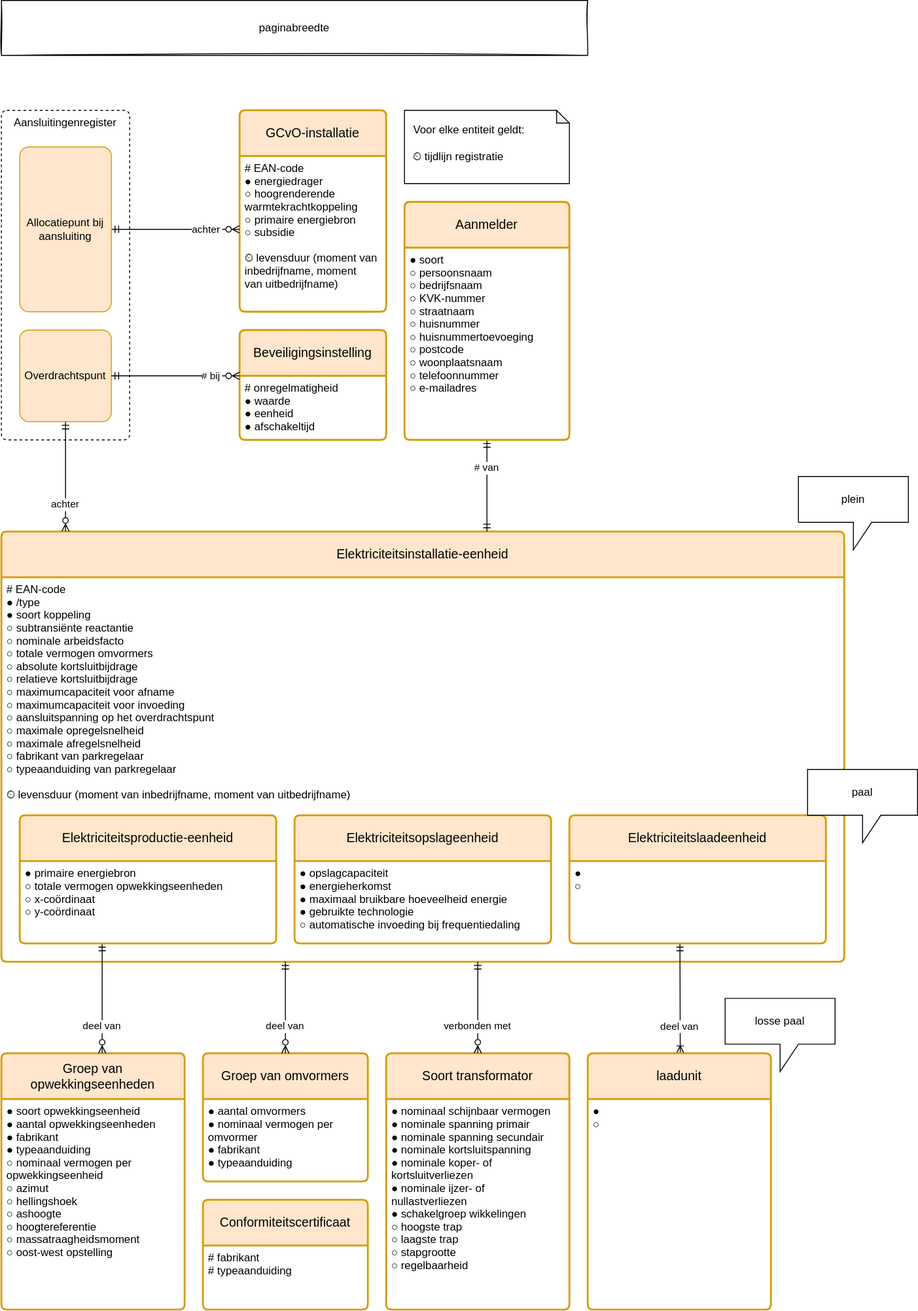
Above: registers/installatieregister/1.1/installatieregister.drawio.svg in Netbeheer-Nederland/stelsel (draw.io), before the change. Source tidied: cells renumbered, new cells last; positions are measured from the earlier drawing's top-left corner, leaving out a move shared by most shapes.
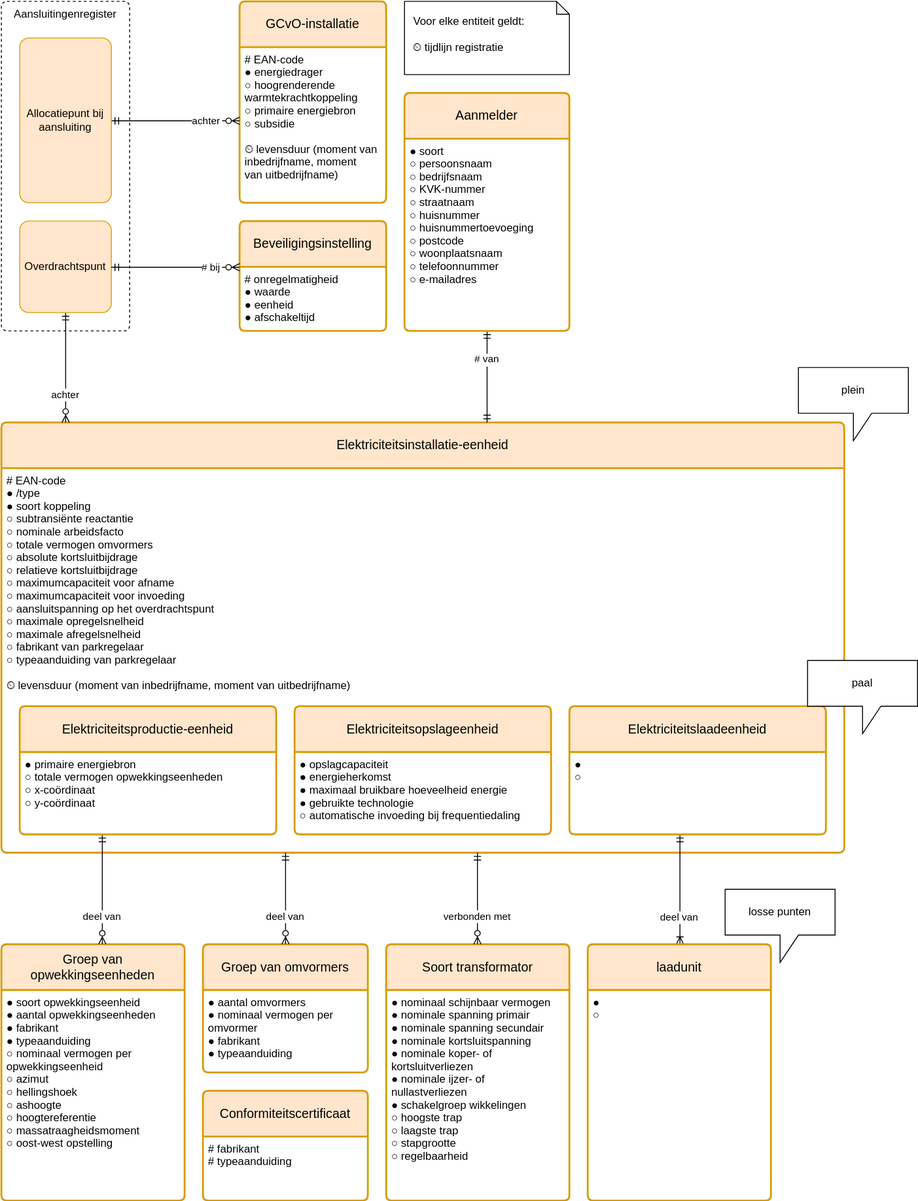
After the change.

The edit, as a diff of the source:
```diff
@@ -121,16 +121,13 @@
     <mxCell id="40" style="edgeStyle=none;entryX=0;entryY=0;entryDx=0;entryDy=0;" parent="38" edge="1" source="38" target="39">
       <mxGeometry relative="1" as="geometry" />
     </mxCell>
-    <mxCell id="41" value="paginabreedte" style="rounded=0;whiteSpace=wrap;html=1;sketch=1;curveFitting=1;jiggle=2;" parent="1" vertex="1">
-      <mxGeometry width="640" height="60" as="geometry" />
-    </mxCell>
     <mxCell id="42" value="plein" style="shape=callout;whiteSpace=wrap;html=1;perimeter=calloutPerimeter;" parent="1" vertex="1">
       <mxGeometry x="870" y="520" width="120" height="80" as="geometry" />
     </mxCell>
     <mxCell id="43" value="paal" style="shape=callout;whiteSpace=wrap;html=1;perimeter=calloutPerimeter;" parent="1" vertex="1">
       <mxGeometry x="880" y="840" width="120" height="80" as="geometry" />
     </mxCell>
-    <mxCell id="44" value="losse paal" style="shape=callout;whiteSpace=wrap;html=1;perimeter=calloutPerimeter;" parent="1" vertex="1">
+    <mxCell id="44" value="losse punten" style="shape=callout;whiteSpace=wrap;html=1;perimeter=calloutPerimeter;" parent="1" vertex="1">
       <mxGeometry x="790" y="1090" width="120" height="80" as="geometry" />
     </mxCell>
   </root>
```
